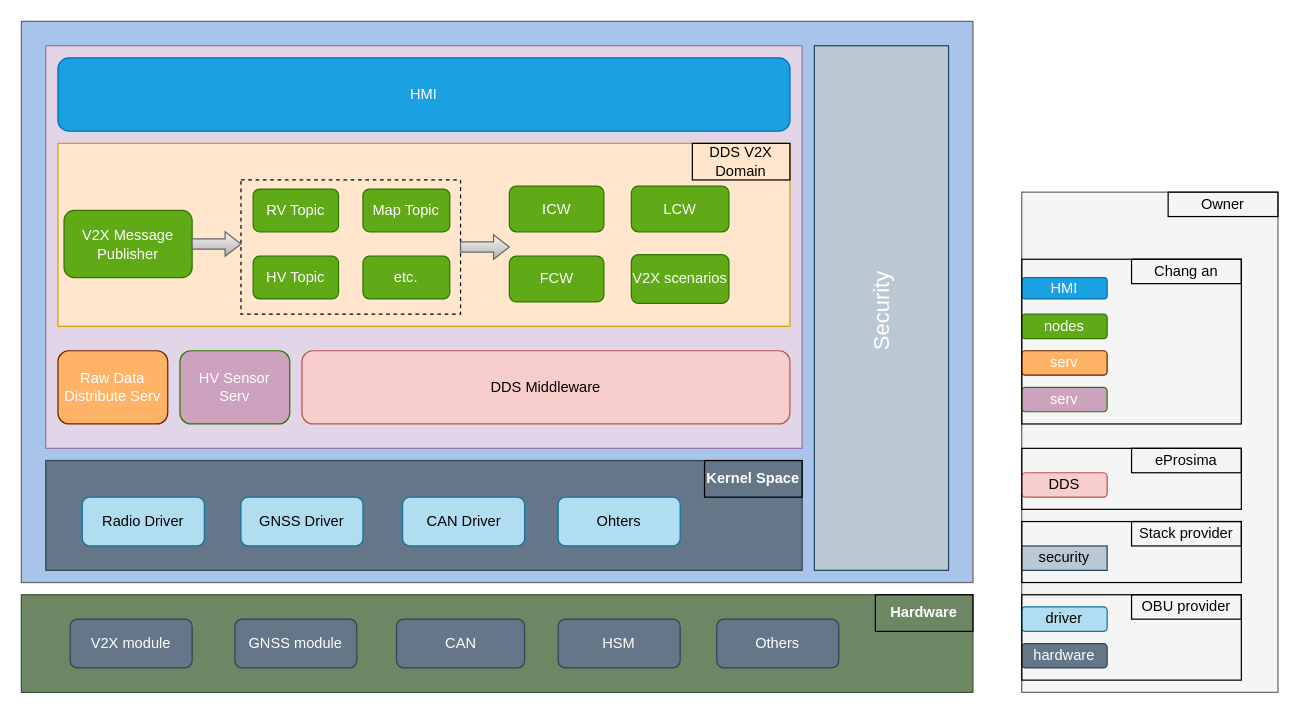
This is Untitled Diagram.drawio from kk-12138/books, a draw.io file, before an edit. Source tidied: cells renumbered, new cells numbered last; positions are measured from the earlier drawing's top-left corner, leaving out a move shared by most shapes. Both pictures are drawn from the tidied source at 122%, with x=0, y=0 at pixel (21, 21).
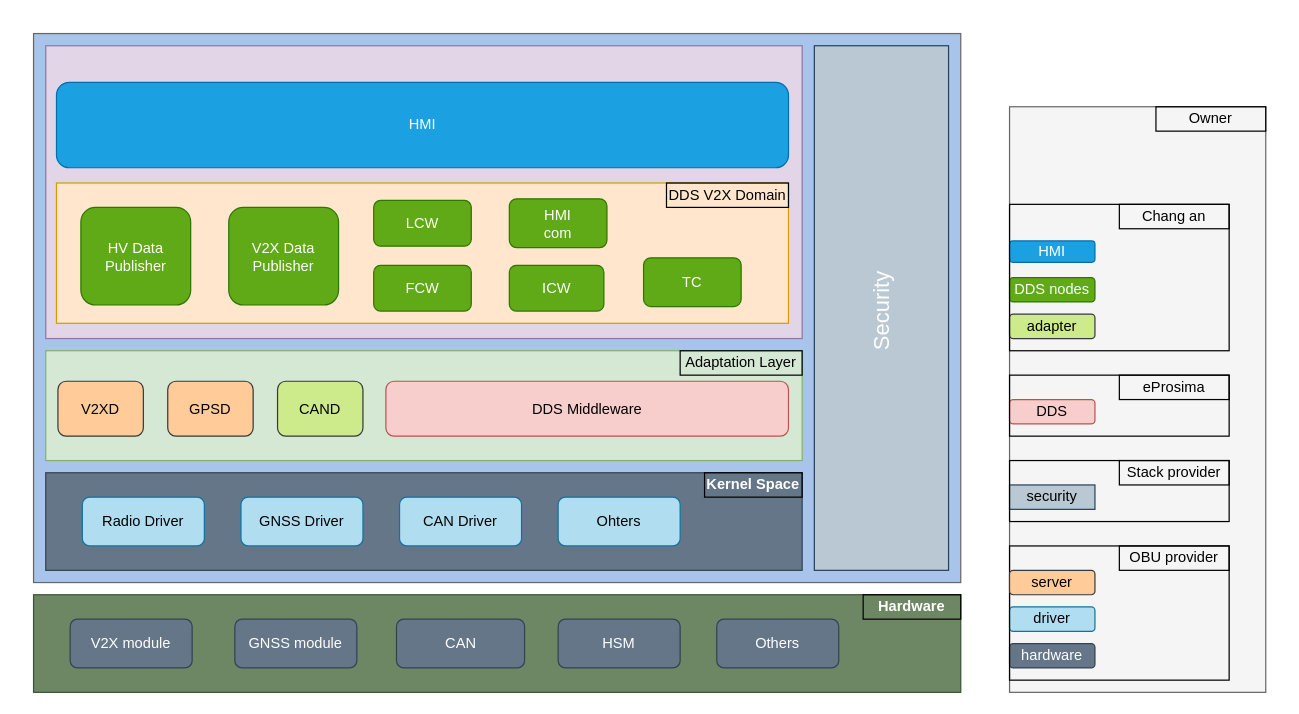
The same page after the edit.

Change to the diagram source:
```diff
@@
     <mxCell id="2" style="rounded=0;whiteSpace=wrap;html=1;shadow=0;strokeColor=#666666;fontColor=#333333;fillColor=#A9C4EB;" parent="1" vertex="1">
-      <mxGeometry width="780" height="460" as="geometry" />
+      <mxGeometry x="10" y="10" width="760" height="450" as="geometry" />
     </mxCell>
     <mxCell id="3" style="rounded=0;whiteSpace=wrap;html=1;fillColor=#e1d5e7;strokeColor=#9673a6;shadow=0;" parent="1" vertex="1">
-      <mxGeometry x="20" y="20" width="620" height="330" as="geometry" />
+      <mxGeometry x="20" y="20" width="620" height="240" as="geometry" />
     </mxCell>
     <mxCell id="4" style="rounded=0;whiteSpace=wrap;html=1;shadow=0;fillColor=#647687;strokeColor=#314354;fontColor=#ffffff;" parent="1" vertex="1">
-      <mxGeometry x="20" y="360" width="620" height="90" as="geometry" />
+      <mxGeometry x="20" y="370" width="620" height="80" as="geometry" />
     </mxCell>
@@
     <mxCell id="6" value="&lt;font color=&quot;#FFFFFF&quot;&gt;&lt;b&gt;Kernel Space&lt;/b&gt;&lt;/font&gt;" style="text;html=1;fillColor=none;align=center;verticalAlign=middle;whiteSpace=wrap;rounded=0;shadow=0;strokeColor=#000000;" parent="1" vertex="1">
-      <mxGeometry x="560" y="360" width="80" height="30" as="geometry" />
+      <mxGeometry x="560" y="370" width="80" height="20" as="geometry" />
     </mxCell>
@@
     <mxCell id="8" value="CAN Driver" style="rounded=1;whiteSpace=wrap;html=1;shadow=0;fillColor=#b1ddf0;strokeColor=#10739e;" parent="1" vertex="1">
-      <mxGeometry x="312.5" y="390" width="100" height="40" as="geometry" />
+      <mxGeometry x="310" y="390" width="100" height="40" as="geometry" />
     </mxCell>
@@
     <mxCell id="10" style="rounded=0;whiteSpace=wrap;html=1;shadow=0;strokeColor=#3A5431;fillColor=#6d8764;fontColor=#ffffff;" parent="1" vertex="1">
-      <mxGeometry y="470" width="780" height="80" as="geometry" />
+      <mxGeometry x="10" y="470" width="760" height="80" as="geometry" />
     </mxCell>
     <mxCell id="11" value="&lt;b&gt;&lt;font color=&quot;#FFFFFF&quot;&gt;Hardware&lt;/font&gt;&lt;/b&gt;" style="text;html=1;fillColor=none;align=center;verticalAlign=middle;whiteSpace=wrap;rounded=0;shadow=0;strokeColor=#000000;" parent="1" vertex="1">
-      <mxGeometry x="700" y="470" width="80" height="30" as="geometry" />
+      <mxGeometry x="690" y="470" width="80" height="20" as="geometry" />
     </mxCell>
@@
-    <mxCell id="16" value="&lt;div&gt;Raw Data&lt;/div&gt;&lt;div&gt;Distribute Serv&lt;/div&gt;" style="rounded=1;whiteSpace=wrap;html=1;shadow=0;strokeColor=#6D1F00;fontColor=#ffffff;fillColor=#FFB366;" parent="1" vertex="1">
-      <mxGeometry x="30" y="270" width="90" height="60" as="geometry" />
-    </mxCell>
-    <mxCell id="17" value="DDS Middleware" style="rounded=1;whiteSpace=wrap;html=1;shadow=0;strokeColor=#b85450;fillColor=#f8cecc;" parent="1" vertex="1">
-      <mxGeometry x="230" y="270" width="400" height="60" as="geometry" />
-    </mxCell>
     <mxCell id="18" style="rounded=0;whiteSpace=wrap;html=1;shadow=0;strokeColor=#d79b00;fillColor=#ffe6cc;" parent="1" vertex="1">
-      <mxGeometry x="30" y="100" width="600" height="150" as="geometry" />
+      <mxGeometry x="28.8" y="132.5" width="600" height="115" as="geometry" />
     </mxCell>
-    <mxCell id="19" value="DDS V2X Domain" style="text;html=1;fillColor=none;align=center;verticalAlign=middle;whiteSpace=wrap;rounded=0;shadow=0;strokeColor=#000000;" parent="1" vertex="1">
-      <mxGeometry x="550" y="100" width="80" height="30" as="geometry" />
-    </mxCell>
-    <mxCell id="20" value="&lt;div&gt;V2X Message&lt;/div&gt;&lt;div&gt;Publisher&lt;br&gt;&lt;/div&gt;" style="rounded=1;whiteSpace=wrap;html=1;shadow=0;strokeColor=#2D7600;fillColor=#60a917;fontColor=#ffffff;" parent="1" vertex="1">
-      <mxGeometry x="35" y="155" width="105" height="55" as="geometry" />
-    </mxCell>
-    <mxCell id="21" value="RV Topic" style="rounded=1;whiteSpace=wrap;html=1;shadow=0;strokeColor=#2D7600;fillColor=#60a917;fontColor=#ffffff;" parent="1" vertex="1">
-      <mxGeometry x="190" y="137.5" width="70" height="35" as="geometry" />
-    </mxCell>
-    <mxCell id="22" value="HV Topic" style="rounded=1;whiteSpace=wrap;html=1;shadow=0;strokeColor=#2D7600;fillColor=#60a917;fontColor=#ffffff;" parent="1" vertex="1">
-      <mxGeometry x="190" y="192.5" width="70" height="35" as="geometry" />
-    </mxCell>
-    <mxCell id="23" value="Map Topic" style="rounded=1;whiteSpace=wrap;html=1;shadow=0;strokeColor=#2D7600;fillColor=#60a917;fontColor=#ffffff;" parent="1" vertex="1">
-      <mxGeometry x="280" y="137.5" width="71.2" height="35" as="geometry" />
-    </mxCell>
-    <mxCell id="24" value="etc." style="rounded=1;whiteSpace=wrap;html=1;shadow=0;strokeColor=#2D7600;fillColor=#60a917;fontColor=#ffffff;" parent="1" vertex="1">
-      <mxGeometry x="280" y="192.5" width="71.2" height="35" as="geometry" />
-    </mxCell>
-    <mxCell id="25" style="rounded=0;whiteSpace=wrap;html=1;shadow=0;strokeColor=#000000;dashed=1;fillColor=none;" parent="1" vertex="1">
-      <mxGeometry x="180" y="130" width="180" height="110" as="geometry" />
-    </mxCell>
-    <mxCell id="26" style="html=1;shadow=0;dashed=0;align=center;verticalAlign=middle;shape=mxgraph.arrows2.arrow;dy=0.58;dx=12.95;notch=0;strokeColor=#666666;fillColor=#f5f5f5;gradientColor=#b3b3b3;" parent="1" vertex="1">
-      <mxGeometry x="140" y="172.5" width="40" height="20" as="geometry" />
-    </mxCell>
     <mxCell id="27" value="ICW" style="rounded=1;whiteSpace=wrap;html=1;shadow=0;strokeColor=#2D7600;fillColor=#60a917;fontColor=#ffffff;" parent="1" vertex="1">
-      <mxGeometry x="400" y="135" width="77.5" height="37.5" as="geometry" />
+      <mxGeometry x="400" y="200" width="77.5" height="37.5" as="geometry" />
     </mxCell>
     <mxCell id="28" value="FCW" style="rounded=1;whiteSpace=wrap;html=1;shadow=0;strokeColor=#2D7600;fillColor=#60a917;fontColor=#ffffff;" parent="1" vertex="1">
-      <mxGeometry x="400" y="192.5" width="77.5" height="37.5" as="geometry" />
+      <mxGeometry x="288.8" y="200" width="80" height="37.5" as="geometry" />
     </mxCell>
-    <mxCell id="29" value="V2X scenarios" style="rounded=1;whiteSpace=wrap;html=1;shadow=0;strokeColor=#2D7600;fillColor=#60a917;fontColor=#ffffff;" parent="1" vertex="1">
-      <mxGeometry x="500" y="191.2" width="80" height="40" as="geometry" />
-    </mxCell>
@@
-    <mxCell id="32" value="&lt;div&gt;HV Sensor&lt;/div&gt;&lt;div&gt;Serv&lt;/div&gt;" style="rounded=1;whiteSpace=wrap;html=1;shadow=0;strokeColor=#2D7600;fontColor=#ffffff;fillColor=#CDA2BE;" parent="1" vertex="1">
-      <mxGeometry x="130" y="270" width="90" height="60" as="geometry" />
+    <mxCell id="32" value="HV Data Publisher" style="rounded=1;whiteSpace=wrap;html=1;shadow=0;strokeColor=#2D7600;fillColor=#60a917;fontColor=#ffffff;" parent="1" vertex="1">
+      <mxGeometry x="48.8" y="152.5" width="90" height="80" as="geometry" />
     </mxCell>
     <mxCell id="33" value="LCW" style="rounded=1;whiteSpace=wrap;html=1;shadow=0;strokeColor=#2D7600;fillColor=#60a917;fontColor=#ffffff;" parent="1" vertex="1">
-      <mxGeometry x="500" y="135" width="80" height="37.5" as="geometry" />
+      <mxGeometry x="288.8" y="146.8" width="80" height="37.5" as="geometry" />
     </mxCell>
     <mxCell id="34" value="HMI" style="rounded=1;whiteSpace=wrap;html=1;shadow=0;strokeColor=#006EAF;fillColor=#1ba1e2;fontColor=#ffffff;" parent="1" vertex="1">
-      <mxGeometry x="30" y="30" width="600" height="60" as="geometry" />
+      <mxGeometry x="28.8" y="50" width="600" height="70" as="geometry" />
     </mxCell>
-    <mxCell id="35" style="html=1;shadow=0;dashed=0;align=center;verticalAlign=middle;shape=mxgraph.arrows2.arrow;dy=0.58;dx=12.95;notch=0;strokeColor=#666666;fillColor=#f5f5f5;gradientColor=#b3b3b3;" parent="1" vertex="1">
-      <mxGeometry x="360" y="175" width="40" height="20" as="geometry" />
-    </mxCell>
@@
     <mxCell id="37" style="rounded=0;whiteSpace=wrap;html=1;shadow=0;strokeColor=#666666;fillColor=#f5f5f5;fontColor=#333333;" parent="1" vertex="1">
-      <mxGeometry x="820" y="140" width="210" height="410" as="geometry" />
+      <mxGeometry x="810" y="70" width="210" height="480" as="geometry" />
     </mxCell>
     <mxCell id="38" value="hardware" style="rounded=1;whiteSpace=wrap;html=1;shadow=0;fillColor=#647687;strokeColor=#314354;fontColor=#ffffff;" parent="1" vertex="1">
-      <mxGeometry x="820" y="510" width="70" height="20" as="geometry" />
+      <mxGeometry x="810" y="510" width="70" height="20" as="geometry" />
     </mxCell>
     <mxCell id="39" value="driver" style="rounded=1;whiteSpace=wrap;html=1;shadow=0;fillColor=#b1ddf0;strokeColor=#10739e;" parent="1" vertex="1">
-      <mxGeometry x="820" y="480" width="70" height="20" as="geometry" />
+      <mxGeometry x="810" y="480" width="70" height="20" as="geometry" />
     </mxCell>
     <mxCell id="40" style="rounded=0;whiteSpace=wrap;html=1;shadow=0;strokeColor=#000000;gradientColor=none;fillColor=none;" parent="1" vertex="1">
-      <mxGeometry x="820" y="470" width="180" height="70" as="geometry" />
+      <mxGeometry x="810" y="430" width="180" height="110" as="geometry" />
     </mxCell>
     <mxCell id="41" value="&lt;div&gt;security&lt;/div&gt;" style="rounded=0;whiteSpace=wrap;html=1;shadow=0;strokeColor=#23445d;fillColor=#bac8d3;direction=north;" parent="1" vertex="1">
-      <mxGeometry x="820" y="430" width="70" height="20" as="geometry" />
+      <mxGeometry x="810" y="380" width="70" height="20" as="geometry" />
     </mxCell>
     <mxCell id="42" value="DDS" style="rounded=1;whiteSpace=wrap;html=1;shadow=0;strokeColor=#b85450;fillColor=#f8cecc;" parent="1" vertex="1">
-      <mxGeometry x="820" y="370" width="70" height="20" as="geometry" />
+      <mxGeometry x="810" y="310" width="70" height="20" as="geometry" />
     </mxCell>
-    <mxCell id="43" value="serv" style="rounded=1;whiteSpace=wrap;html=1;shadow=0;strokeColor=#2D7600;fontColor=#ffffff;fillColor=#CDA2BE;" parent="1" vertex="1">
-      <mxGeometry x="820" y="300" width="70" height="20" as="geometry" />
-    </mxCell>
-    <mxCell id="44" value="serv" style="rounded=1;whiteSpace=wrap;html=1;shadow=0;strokeColor=#6D1F00;fontColor=#ffffff;fillColor=#FFB366;" parent="1" vertex="1">
-      <mxGeometry x="820" y="270" width="70" height="20" as="geometry" />
-    </mxCell>
-    <mxCell id="45" value="nodes" style="rounded=1;whiteSpace=wrap;html=1;shadow=0;strokeColor=#2D7600;fillColor=#60a917;fontColor=#ffffff;" parent="1" vertex="1">
-      <mxGeometry x="820" y="240" width="70" height="20" as="geometry" />
+    <mxCell id="45" value="DDS nodes" style="rounded=1;whiteSpace=wrap;html=1;shadow=0;strokeColor=#2D7600;fillColor=#60a917;fontColor=#ffffff;" parent="1" vertex="1">
+      <mxGeometry x="810" y="210" width="70" height="20" as="geometry" />
     </mxCell>
     <mxCell id="46" value="HMI" style="rounded=1;whiteSpace=wrap;html=1;shadow=0;strokeColor=#006EAF;fillColor=#1ba1e2;fontColor=#ffffff;" parent="1" vertex="1">
-      <mxGeometry x="820" y="210" width="70" height="17.5" as="geometry" />
+      <mxGeometry x="810" y="180" width="70" height="17.5" as="geometry" />
     </mxCell>
     <mxCell id="47" value="OBU provider" style="text;html=1;fillColor=none;align=center;verticalAlign=middle;whiteSpace=wrap;rounded=0;shadow=0;strokeColor=#000000;" parent="1" vertex="1">
-      <mxGeometry x="910" y="470" width="90" height="20" as="geometry" />
+      <mxGeometry x="900" y="430" width="90" height="20" as="geometry" />
     </mxCell>
     <mxCell id="48" style="rounded=0;whiteSpace=wrap;html=1;shadow=0;strokeColor=#000000;gradientColor=none;fillColor=none;" parent="1" vertex="1">
-      <mxGeometry x="820" y="410" width="180" height="50" as="geometry" />
+      <mxGeometry x="810" y="360" width="180" height="50" as="geometry" />
     </mxCell>
     <mxCell id="49" value="Stack provider" style="text;html=1;fillColor=none;align=center;verticalAlign=middle;whiteSpace=wrap;rounded=0;shadow=0;strokeColor=#000000;" parent="1" vertex="1">
-      <mxGeometry x="910" y="410" width="90" height="20" as="geometry" />
+      <mxGeometry x="900" y="360" width="90" height="20" as="geometry" />
     </mxCell>
     <mxCell id="50" value="eProsima" style="text;html=1;fillColor=none;align=center;verticalAlign=middle;whiteSpace=wrap;rounded=0;shadow=0;strokeColor=#000000;" parent="1" vertex="1">
-      <mxGeometry x="910" y="350" width="90" height="20" as="geometry" />
+      <mxGeometry x="900" y="290" width="90" height="20" as="geometry" />
     </mxCell>
     <mxCell id="51" style="rounded=0;whiteSpace=wrap;html=1;shadow=0;strokeColor=#000000;gradientColor=none;fillColor=none;" parent="1" vertex="1">
-      <mxGeometry x="820" y="350" width="180" height="50" as="geometry" />
+      <mxGeometry x="810" y="290" width="180" height="50" as="geometry" />
     </mxCell>
-    <mxCell id="52" style="rounded=0;whiteSpace=wrap;html=1;shadow=0;strokeColor=#000000;gradientColor=none;fillColor=none;" parent="1" vertex="1">
-      <mxGeometry x="820" y="195" width="180" height="135" as="geometry" />
-    </mxCell>
     <mxCell id="53" value="Chang an" style="text;html=1;fillColor=none;align=center;verticalAlign=middle;whiteSpace=wrap;rounded=0;shadow=0;strokeColor=#000000;" parent="1" vertex="1">
-      <mxGeometry x="910" y="195" width="90" height="20" as="geometry" />
+      <mxGeometry x="900" y="150" width="90" height="20" as="geometry" />
     </mxCell>
     <mxCell id="54" value="Owner" style="text;html=1;fillColor=none;align=center;verticalAlign=middle;whiteSpace=wrap;rounded=0;shadow=0;strokeColor=#000000;" parent="1" vertex="1">
-      <mxGeometry x="940" y="140" width="90" height="20" as="geometry" />
+      <mxGeometry x="930" y="70" width="90" height="20" as="geometry" />
     </mxCell>
+    <mxCell id="16" value="V2X Data Publisher" style="rounded=1;whiteSpace=wrap;html=1;shadow=0;strokeColor=#2D7600;fontColor=#ffffff;fillColor=#60a917;" parent="1" vertex="1">
+      <mxGeometry x="170" y="152.5" width="90" height="80" as="geometry" />
+    </mxCell>
+    <mxCell id="55" style="rounded=0;whiteSpace=wrap;html=1;fillColor=#d5e8d4;strokeColor=#82b366;" parent="1" vertex="1">
+      <mxGeometry x="20" y="270" width="620" height="90" as="geometry" />
+    </mxCell>
+    <mxCell id="56" value="V2XD" style="rounded=1;whiteSpace=wrap;html=1;fillColor=#ffcc99;strokeColor=#36393d;" parent="1" vertex="1">
+      <mxGeometry x="30" y="295" width="70" height="45" as="geometry" />
+    </mxCell>
+    <mxCell id="57" value="GPSD" style="rounded=1;whiteSpace=wrap;html=1;fillColor=#ffcc99;strokeColor=#36393d;" parent="1" vertex="1">
+      <mxGeometry x="120" y="295" width="70" height="45" as="geometry" />
+    </mxCell>
+    <mxCell id="17" value="DDS Middleware" style="rounded=1;whiteSpace=wrap;html=1;shadow=0;strokeColor=#b85450;fillColor=#f8cecc;" parent="1" vertex="1">
+      <mxGeometry x="298.8" y="295" width="330" height="45" as="geometry" />
+    </mxCell>
+    <mxCell id="58" value="CAND" style="rounded=1;whiteSpace=wrap;html=1;fillColor=#cdeb8b;strokeColor=#36393d;" parent="1" vertex="1">
+      <mxGeometry x="210" y="295" width="70" height="45" as="geometry" />
+    </mxCell>
+    <mxCell id="59" value="TC" style="rounded=1;whiteSpace=wrap;html=1;fillColor=#60a917;strokeColor=#2D7600;fontColor=#ffffff;" parent="1" vertex="1">
+      <mxGeometry x="510" y="193.8" width="80" height="40" as="geometry" />
+    </mxCell>
+    <mxCell id="60" value="&lt;div&gt;HMI&lt;/div&gt;&lt;div&gt;com&lt;br&gt;&lt;/div&gt;" style="rounded=1;whiteSpace=wrap;html=1;fillColor=#60a917;strokeColor=#2D7600;fontColor=#ffffff;" parent="1" vertex="1">
+      <mxGeometry x="400" y="145.5" width="80" height="40" as="geometry" />
+    </mxCell>
+    <mxCell id="61" value="Adaptation Layer" style="text;html=1;fillColor=none;align=center;verticalAlign=middle;whiteSpace=wrap;rounded=0;shadow=0;strokeColor=#000000;" parent="1" vertex="1">
+      <mxGeometry x="540" y="270" width="100" height="20" as="geometry" />
+    </mxCell>
+    <mxCell id="19" value="DDS V2X Domain" style="text;html=1;fillColor=none;align=center;verticalAlign=middle;whiteSpace=wrap;rounded=0;shadow=0;strokeColor=#000000;" parent="1" vertex="1">
+      <mxGeometry x="528.8" y="132.5" width="100" height="20" as="geometry" />
+    </mxCell>
+    <mxCell id="62" value="server" style="rounded=1;whiteSpace=wrap;html=1;fillColor=#ffcc99;strokeColor=#36393d;" parent="1" vertex="1">
+      <mxGeometry x="810" y="450" width="70" height="20" as="geometry" />
+    </mxCell>
+    <mxCell id="63" value="adapter" style="rounded=1;whiteSpace=wrap;html=1;fillColor=#cdeb8b;strokeColor=#36393d;" parent="1" vertex="1">
+      <mxGeometry x="810" y="240" width="70" height="20" as="geometry" />
+    </mxCell>
+    <mxCell id="52" style="rounded=0;whiteSpace=wrap;html=1;shadow=0;strokeColor=#000000;gradientColor=none;fillColor=none;" parent="1" vertex="1">
+      <mxGeometry x="810" y="150" width="180" height="120" as="geometry" />
+    </mxCell>
```
